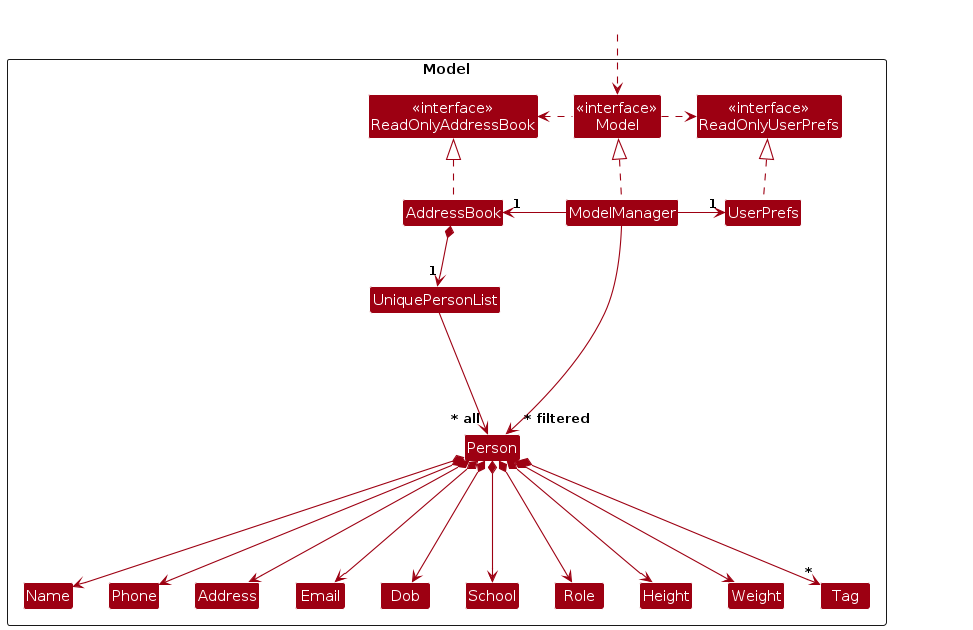
Before: diagrams/ModelClassDiagram.png, a diagram exported from PlantUML (jordanloh/tp). Its source is kept beside it as diagrams/ModelClassDiagram.puml.
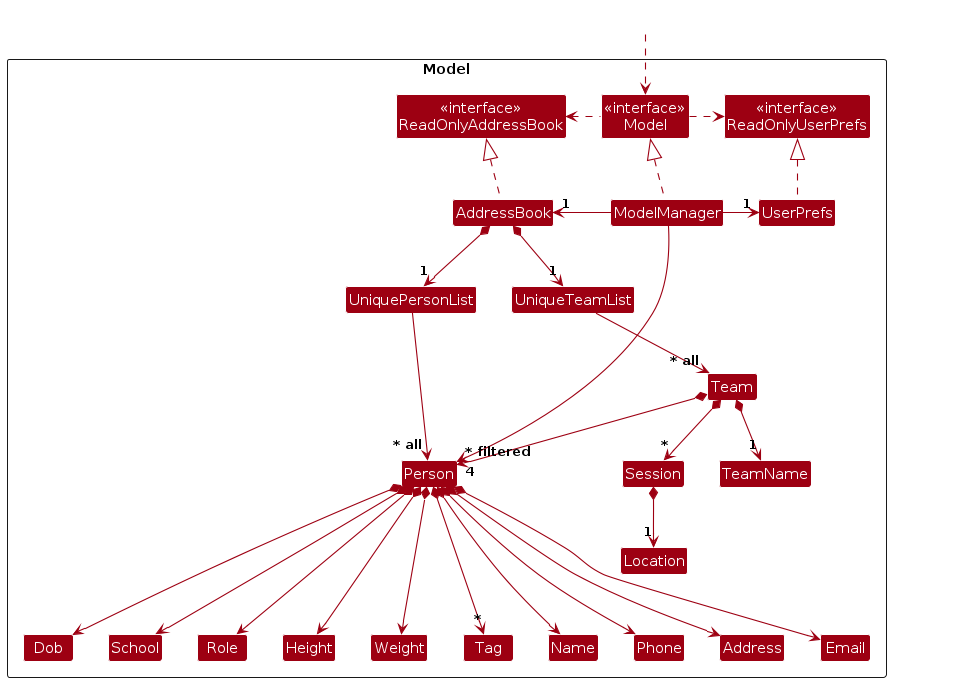
After the commit.

The edit, as a diff of the source:
```diff
@@ -13,7 +13,10 @@
 Class UserPrefs
 
 Class UniquePersonList
+Class UniqueTeamList
 Class Person
+Class Team
+Class TeamName
 Class Address
 Class Email
 Class Name
@@ -24,6 +27,21 @@
 Class Role
 Class Height
 Class Weight
+Class Session {
+  +startDate : LocalDateTime
+  +endDate : LocalDateTime
+  +formatter : DateTimeFormatter
+  +location : Location
+  +MESSAGE_CONSTRAINTS : String
+  +SESSION_ORDER : Comparator<Session>
+  +getLocation() : Location
+  +getStartDate() : LocalDateTime
+  +getEndDate() : LocalDateTime
+  +equals(Object) : boolean
+  +hashCode() : int
+  +toString() : String
+}
+Class Location
 
 Class I #FFFFFF
 }
@@ -53,6 +71,14 @@
 Person *--> Weight
 Person *--> "*" Tag
 
+AddressBook *--> "1" UniqueTeamList
+UniqueTeamList --> "~* all" Team
+Team *--> "4" Person
+Team *--> "*" Session
+Team *--> "1" TeamName
+
+Session *--> "1" Location
+
 Person -[hidden]up--> I
 UniquePersonList -[hidden]right-> I
 
@@ -66,6 +92,9 @@
 Height -[hidden]right-> Weight
 Weight -[hidden]right-> Tag
 
+Team -[hidden]down-> _Spacer
+Session -[hidden]down-> _Spacer
+
 class _Spacer #FFFFFF
 ModelManager -[hidden]-> _Spacer
 ModelManager --> "~* filtered" Person
```
